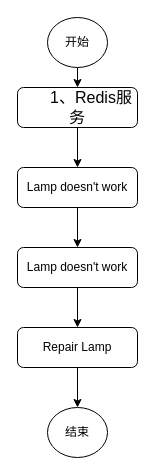
Earlier version of the draw.io diagram OA测试服启动顺序.drawio (pbm0802/GitIDEATest). Source tidied: cells renumbered, new cells numbered last; positions are measured from the earlier drawing's top-left corner, leaving out a move shared by most shapes. Both pictures are drawn from the tidied source at 100%, with x=0, y=0 at pixel (17, 17).
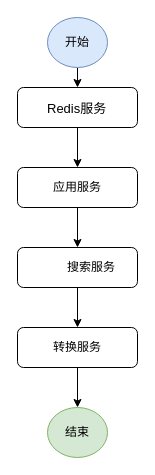
Above is the later version.

Commit message:
更新OA测试服启动顺序.drawio

Diff of the diagram source:
```diff
@@
 <mxGraphModel>
   <root>
     <mxCell id="0" />
     <mxCell id="1" parent="0" />
     <mxCell id="2" style="edgeStyle=orthogonalEdgeStyle;rounded=0;jettySize=auto;html=1;exitX=0.5;exitY=1;exitDx=0;exitDy=0;entryX=0.5;entryY=0;entryDx=0;entryDy=0;" parent="1" edge="1" source="3" target="10">
       <mxGeometry relative="1" as="geometry" />
     </mxCell>
-    <mxCell id="3" value="&lt;p style=&quot;text-indent:21.0000pt;mso-list:l0 level1 lfo1;&quot; class=&quot;MsoNormal&quot;&gt;&lt;span style=&quot;font-family:微软雅黑;font-size:12.0000pt;mso-font-kerning:1.0000pt;&quot;&gt;1、&lt;/span&gt;&lt;span style=&quot;mso-spacerun:'yes';font-family:微软雅黑;font-size:12.0000pt;&lt;br/&gt;mso-font-kerning:1.0000pt;&quot;&gt;Redis服务&lt;/span&gt;&lt;span style=&quot;mso-spacerun:'yes';font-family:微软雅黑;font-size:12.0000pt;&lt;br/&gt;mso-font-kerning:1.0000pt;&quot;&gt;&lt;/span&gt;&lt;/p&gt;" style="rounded=1;whiteSpace=wrap;html=1;fontSize=12;glass=0;strokeWidth=1;shadow=0;" parent="1" vertex="1">
+    <mxCell id="3" value="&lt;p style=&quot;text-indent: 21pt; font-size: 13px;&quot; class=&quot;MsoNormal&quot;&gt;&lt;span style=&quot;font-family: 微软雅黑;&quot;&gt;Redis服务&lt;/span&gt;&lt;span style=&quot;mso-spacerun:'yes';font-family:微软雅黑;font-size:12.0000pt;&lt;br/&gt;mso-font-kerning:1.0000pt;&quot;&gt;&lt;/span&gt;&lt;/p&gt;" style="rounded=1;whiteSpace=wrap;html=1;fontSize=12;glass=0;strokeWidth=1;shadow=0;align=left;" parent="1" vertex="1">
       <mxGeometry y="70" width="120" height="40" as="geometry" />
     </mxCell>
     <mxCell id="4" style="edgeStyle=orthogonalEdgeStyle;rounded=0;jettySize=auto;html=1;exitX=0.5;exitY=1;exitDx=0;exitDy=0;entryX=0.5;entryY=0;entryDx=0;entryDy=0;" parent="1" edge="1" source="5" target="8">
       <mxGeometry relative="1" as="geometry" />
     </mxCell>
-    <mxCell id="5" value="Repair Lamp" style="rounded=1;whiteSpace=wrap;html=1;fontSize=12;glass=0;strokeWidth=1;shadow=0;" parent="1" vertex="1">
+    <mxCell id="5" value="&lt;p class=&quot;MsoNormal&quot; style=&quot;font-size: 12px;&quot;&gt;&lt;span style=&quot;font-family: 微软雅黑; font-size: 12px;&quot;&gt;转换服务&lt;/span&gt;&lt;/p&gt;" style="rounded=1;whiteSpace=wrap;html=1;fontSize=12;glass=0;strokeWidth=1;shadow=0;align=center;" parent="1" vertex="1">
       <mxGeometry y="310" width="120" height="40" as="geometry" />
     </mxCell>
     <mxCell id="6" style="edgeStyle=orthogonalEdgeStyle;rounded=0;jettySize=auto;html=1;exitX=0.5;exitY=1;exitDx=0;exitDy=0;entryX=0.5;entryY=0;entryDx=0;entryDy=0;" parent="1" edge="1" source="7" target="3">
       <mxGeometry relative="1" as="geometry" />
     </mxCell>
-    <mxCell id="7" value="开始" style="ellipse;whiteSpace=wrap;html=1;" parent="1" vertex="1">
+    <mxCell id="7" value="开始" style="ellipse;whiteSpace=wrap;html=1;fillColor=#dae8fc;strokeColor=#6c8ebf;" parent="1" vertex="1">
       <mxGeometry x="30" width="60" height="50" as="geometry" />
     </mxCell>
-    <mxCell id="8" value="结束" style="ellipse;whiteSpace=wrap;html=1;" parent="1" vertex="1">
+    <mxCell id="8" value="结束" style="ellipse;whiteSpace=wrap;html=1;fillColor=#d5e8d4;strokeColor=#82b366;" parent="1" vertex="1">
       <mxGeometry x="30" y="390" width="60" height="50" as="geometry" />
     </mxCell>
     <mxCell id="9" style="edgeStyle=orthogonalEdgeStyle;rounded=0;jettySize=auto;html=1;exitX=0.5;exitY=1;exitDx=0;exitDy=0;" parent="1" edge="1" source="10" target="12">
       <mxGeometry relative="1" as="geometry" />
     </mxCell>
-    <mxCell id="10" value="Lamp doesn't work" style="rounded=1;whiteSpace=wrap;html=1;fontSize=12;glass=0;strokeWidth=1;shadow=0;" parent="1" vertex="1">
+    <mxCell id="10" value="&lt;p style=&quot;font-size: 12px;&quot; class=&quot;MsoNormal&quot;&gt;&lt;span style=&quot;font-family: 微软雅黑; font-size: 12px;&quot;&gt;应用服务&lt;/span&gt;&lt;/p&gt;" style="rounded=1;whiteSpace=wrap;html=1;fontSize=12;glass=0;strokeWidth=1;shadow=0;align=center;" parent="1" vertex="1">
       <mxGeometry y="150" width="120" height="40" as="geometry" />
     </mxCell>
     <mxCell id="11" style="edgeStyle=orthogonalEdgeStyle;rounded=0;jettySize=auto;html=1;exitX=0.5;exitY=1;exitDx=0;exitDy=0;" parent="1" edge="1" source="12" target="5">
       <mxGeometry relative="1" as="geometry" />
     </mxCell>
-    <mxCell id="12" value="Lamp doesn't work" style="rounded=1;whiteSpace=wrap;html=1;fontSize=12;glass=0;strokeWidth=1;shadow=0;" parent="1" vertex="1">
+    <mxCell id="12" value="&lt;p class=&quot;MsoNormal&quot; style=&quot;text-indent: 21pt; font-size: 12px;&quot;&gt;&lt;span style=&quot;font-family: 微软雅黑; font-size: 12px;&quot;&gt;搜索服务&lt;/span&gt;&lt;span style=&quot;font-family: 微软雅黑; font-size: 12px;&quot;&gt;&lt;/span&gt;&lt;/p&gt;" style="rounded=1;whiteSpace=wrap;html=1;fontSize=12;glass=0;strokeWidth=1;shadow=0;align=center;" parent="1" vertex="1">
       <mxGeometry y="230" width="120" height="40" as="geometry" />
     </mxCell>
   </root>
 </mxGraphModel>
```
